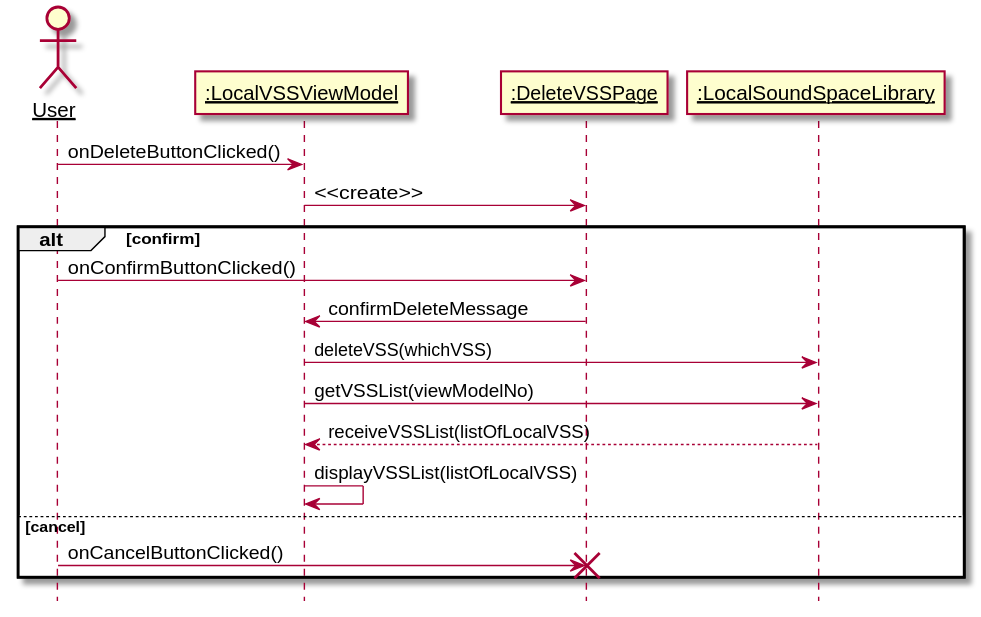
This is 设计/Diagrams/DeleteVSS.svg from kpp19920121/doc, a PlantUML export, as it was before one commit. The source it was exported from:
```plantuml
@startuml Diagrams/DeleteVSS
hide footbox
skinparam sequenceParticipant underline

actor User as user
participant ":LocalVSSViewModel" as viewModel
participant ":DeleteVSSPage" as page
participant ":LocalSoundSpaceLibrary" as library

user -> viewModel: onDeleteButtonClicked()
viewModel -> page: <<create>>
alt confirm
    user -> page: onConfirmButtonClicked()
    page -> viewModel: confirmDeleteMessage
    viewModel -> library: deleteVSS(whichVSS)
    viewModel -> library: getVSSList(viewModelNo)
    library --> viewModel: receiveVSSList(listOfLocalVSS)
    viewModel -> viewModel: displayVSSList(listOfLocalVSS)
else cancel
    user -> page: onCancelButtonClicked()
    destroy page
end

@enduml
```
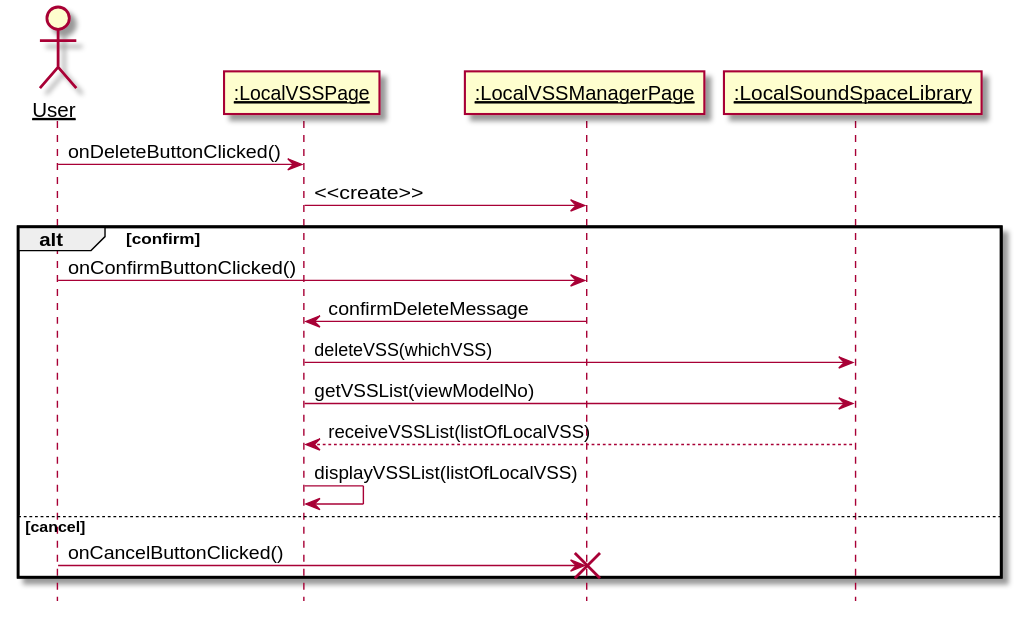
Later version of the same file.

The edit, as a diff of the source:
```diff
@@ -3,8 +3,8 @@
 skinparam sequenceParticipant underline
 
 actor User as user
-participant ":LocalVSSViewModel" as viewModel
-participant ":DeleteVSSPage" as page
+participant ":LocalVSSPage" as viewModel
+participant ":LocalVSSManagerPage" as page
 participant ":LocalSoundSpaceLibrary" as library
 
 user -> viewModel: onDeleteButtonClicked()
```
